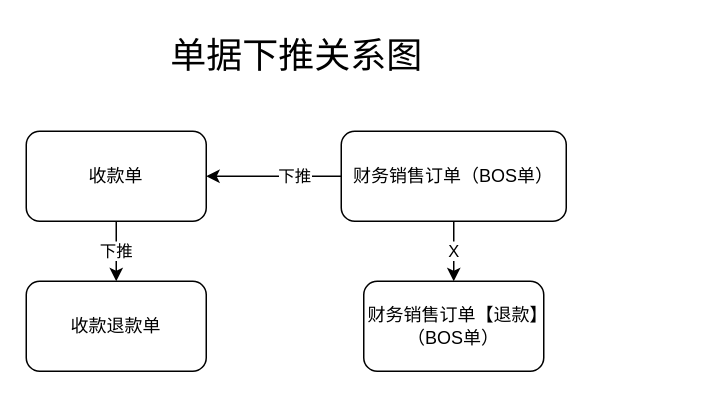
canonnk/draw.io.repository keeps this draw.io diagram as page "单据下推管理图" (1 of 2) of 财务一体化单据下推关系图.drawio. Above is the earlier version. Source tidied: cells renumbered, new cells numbered last; positions are measured from the earlier drawing's top-left corner, leaving out a move shared by most shapes. Both pictures are drawn from the tidied source at 150%, with x=0, y=0 at pixel (26, 26).
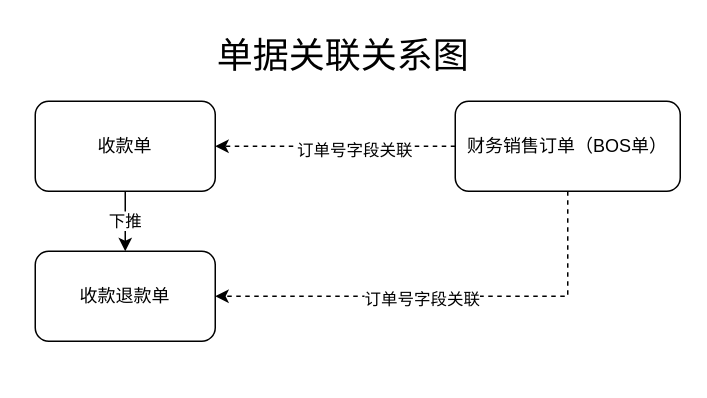
The same page after the edit.

The edit, as a diff of the source:
```diff
@@
 <mxGraphModel>
   <root>
     <mxCell id="0" />
     <mxCell id="1" parent="0" />
-    <mxCell id="2" style="edgeStyle=orthogonalEdgeStyle;rounded=0;jettySize=auto;html=1;" parent="1" edge="1" source="5" target="7">
+    <mxCell id="2" style="edgeStyle=orthogonalEdgeStyle;rounded=0;jettySize=auto;html=1;dashed=1;" parent="1" edge="1" source="5" target="7">
       <mxGeometry relative="1" as="geometry" />
     </mxCell>
-    <mxCell id="3" value="下推" style="edgeLabel;html=1;align=center;verticalAlign=middle;" parent="2" vertex="1">
-      <mxGeometry x="-0.28" y="-1" relative="1" as="geometry" />
-    </mxCell>
-    <mxCell id="4" value="X" style="edgeStyle=orthogonalEdgeStyle;rounded=0;jettySize=auto;html=1;" parent="1" edge="1" source="5" target="9">
-      <mxGeometry relative="1" as="geometry" />
-    </mxCell>
+    <mxCell id="11" value="订单号字段关联" style="edgeLabel;html=1;align=center;verticalAlign=middle;" parent="2" vertex="1">
+      <mxGeometry x="-0.15" y="2" relative="1" as="geometry" />
+    </mxCell>
+    <mxCell id="12" style="edgeStyle=orthogonalEdgeStyle;rounded=0;jettySize=auto;html=1;entryX=1;entryY=0.5;entryDx=0;entryDy=0;dashed=1;exitX=0.5;exitY=1;exitDx=0;exitDy=0;" parent="1" edge="1" source="5" target="8">
+      <mxGeometry relative="1" as="geometry" />
+    </mxCell>
+    <mxCell id="13" value="订单号字段关联" style="edgeLabel;html=1;align=center;verticalAlign=middle;" parent="12" vertex="1">
+      <mxGeometry x="0.1" y="1" relative="1" as="geometry" />
+    </mxCell>
     <mxCell id="5" value="财务销售订单（BOS单）" style="rounded=1;whiteSpace=wrap;html=1;" parent="1" vertex="1">
-      <mxGeometry x="210" y="70" width="150" height="60" as="geometry" />
+      <mxGeometry x="286" y="50" width="150" height="60" as="geometry" />
     </mxCell>
     <mxCell id="6" value="下推" style="edgeStyle=orthogonalEdgeStyle;rounded=0;jettySize=auto;html=1;" parent="1" edge="1" source="7" target="8">
       <mxGeometry relative="1" as="geometry" />
     </mxCell>
     <mxCell id="7" value="收款单" style="whiteSpace=wrap;html=1;rounded=1;" parent="1" vertex="1">
-      <mxGeometry y="70" width="120" height="60" as="geometry" />
+      <mxGeometry x="6" y="50" width="120" height="60" as="geometry" />
     </mxCell>
     <mxCell id="8" value="收款退款单" style="whiteSpace=wrap;html=1;rounded=1;" parent="1" vertex="1">
-      <mxGeometry y="170" width="120" height="60" as="geometry" />
+      <mxGeometry x="6" y="150" width="120" height="60" as="geometry" />
     </mxCell>
-    <mxCell id="9" value="财务销售订单【退款】（BOS单）" style="whiteSpace=wrap;html=1;rounded=1;" parent="1" vertex="1">
-      <mxGeometry x="225" y="170" width="120" height="60" as="geometry" />
-    </mxCell>
-    <mxCell id="10" value="&lt;font style=&quot;font-size: 24px;&quot;&gt;单据下推关系图&lt;/font&gt;" style="text;html=1;align=center;verticalAlign=middle;strokeColor=none;fillColor=none;" parent="1" vertex="1">
-      <mxGeometry x="85" width="190" height="40" as="geometry" />
+    <mxCell id="10" value="&lt;font style=&quot;font-size: 24px;&quot;&gt;单据关联关系图&lt;/font&gt;" style="text;html=1;align=center;verticalAlign=middle;strokeColor=none;fillColor=none;" parent="1" vertex="1">
+      <mxGeometry x="116" width="190" height="40" as="geometry" />
     </mxCell>
   </root>
 </mxGraphModel>
```
